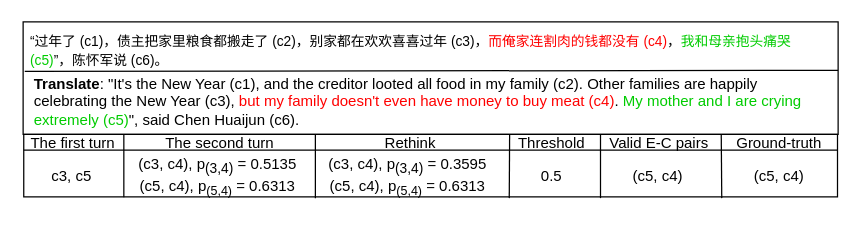
Earlier version of the draw.io diagram case3.drawio (zhoucz97/paper_figure). Source tidied: cells renumbered, new cells numbered last; positions are measured from the earlier drawing's top-left corner, leaving out a move shared by most shapes. Both pictures are drawn from the tidied source at 125%, with x=0, y=0 at pixel (22, 21).
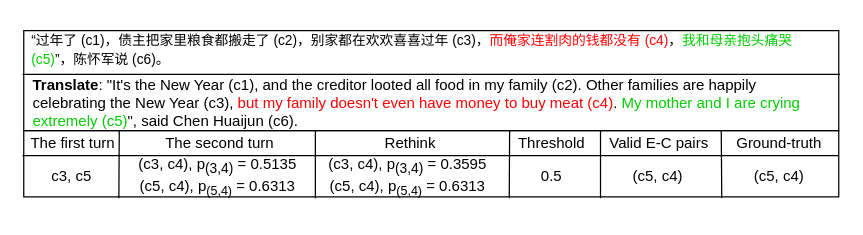
The same page after the edit.

Change to the diagram source:
```diff
@@
-    <mxCell id="2" style="endArrow=none;html=1;exitX=0;exitY=0.25;exitDx=0;exitDy=0;entryX=1;entryY=0.25;entryDx=0;entryDy=0;" parent="1" edge="1" source="20" target="20">
-      <mxGeometry relative="1" as="geometry" />
-    </mxCell>
     <mxCell id="3" style="rounded=0;whiteSpace=wrap;html=1;shadow=0;glass=0;sketch=0;strokeWidth=1;gradientColor=#FFFFFF;fillColor=none;" parent="1" vertex="1">
-      <mxGeometry width="652" height="90" as="geometry" />
+      <mxGeometry x="0.5" y="7" width="652" height="80" as="geometry" />
     </mxCell>
     <mxCell id="4" value="&lt;b&gt;Translate&lt;/b&gt;: &quot;It's the New Year (c1), and the creditor looted all food in my family (c2). Other families are happily celebrating the New Year (c3), &lt;font color=&quot;#ff0000&quot;&gt;but my family doesn't even have money to buy meat (c4)&lt;/font&gt;. &lt;font color=&quot;#00cc00&quot;&gt;My mother and I are crying extremely (c5)&lt;/font&gt;&quot;, said Chen Huaijun (c6).&lt;p style=&quot;line-height: 140%&quot;&gt;&lt;/p&gt;" style="text;html=1;fillColor=none;align=left;verticalAlign=middle;whiteSpace=wrap;rounded=0;strokeWidth=0;" parent="1" vertex="1">
-      <mxGeometry x="7.1" y="52" width="639" height="35" as="geometry" />
+      <mxGeometry x="5.8" y="47" width="639" height="47" as="geometry" />
     </mxCell>
@@
     <mxCell id="15" value="&lt;span style=&quot;font-size: 11px&quot;&gt;“过年了 (c1)，债主把家里粮食都搬走了 (c2)，别家都在欢欢喜喜过年 (c3)，&lt;font color=&quot;#ff0000&quot;&gt;而俺家连割肉的钱都没有 (c4)&lt;/font&gt;，&lt;font color=&quot;#00cc00&quot;&gt;我和母亲抱头痛哭 (c5)&lt;/font&gt;”，陈怀军说 (c6)。&lt;/span&gt;" style="text;html=1;strokeColor=none;fillColor=none;align=left;verticalAlign=middle;whiteSpace=wrap;rounded=0;" parent="1" vertex="1">
-      <mxGeometry x="4.3" y="10" width="641" height="25" as="geometry" />
+      <mxGeometry x="4.8" y="7" width="641" height="30" as="geometry" />
     </mxCell>
     <mxCell id="16" value="(c5, c4)" style="text;html=1;strokeColor=none;fillColor=none;align=center;verticalAlign=middle;whiteSpace=wrap;rounded=0;shadow=0;glass=0;sketch=0;" parent="1" vertex="1">
-      <mxGeometry x="558" y="114" width="94.2" height="20" as="geometry" />
+      <mxGeometry x="557.9" y="114" width="94.2" height="20" as="geometry" />
     </mxCell>
     <mxCell id="17" style="endArrow=none;html=1;entryX=0.123;entryY=0.016;entryDx=0;entryDy=0;entryPerimeter=0;endSize=7;startSize=7;" parent="1" edge="1">
       <mxGeometry relative="1" as="geometry">
         <mxPoint x="233.8" y="141" as="sourcePoint" />
-        <mxPoint x="233.8" y="90" as="targetPoint" />
+        <mxPoint x="233.8" y="87" as="targetPoint" />
       </mxGeometry>
     </mxCell>
     <mxCell id="18" style="endArrow=none;html=1;entryX=0.123;entryY=0.016;entryDx=0;entryDy=0;entryPerimeter=0;endSize=7;startSize=7;" parent="1" edge="1">
       <mxGeometry relative="1" as="geometry">
         <mxPoint x="388.9" y="141" as="sourcePoint" />
-        <mxPoint x="389.2" y="90" as="targetPoint" />
+        <mxPoint x="389.2" y="87" as="targetPoint" />
       </mxGeometry>
     </mxCell>
     <mxCell id="19" style="endArrow=none;html=1;entryX=0.123;entryY=0.016;entryDx=0;entryDy=0;entryPerimeter=0;endSize=7;startSize=7;" parent="1" edge="1">
       <mxGeometry relative="1" as="geometry">
         <mxPoint x="558.9" y="141" as="sourcePoint" />
-        <mxPoint x="558.5" y="90" as="targetPoint" />
+        <mxPoint x="558.5" y="87" as="targetPoint" />
       </mxGeometry>
     </mxCell>
     <mxCell id="20" style="rounded=0;whiteSpace=wrap;html=1;shadow=0;glass=0;sketch=0;strokeWidth=1;fillColor=none;gradientColor=#FFFFFF;" parent="1" vertex="1">
-      <mxGeometry x="0.5" y="90" width="651" height="50" as="geometry" />
+      <mxGeometry x="0.5" y="87" width="652" height="53" as="geometry" />
     </mxCell>
     <mxCell id="21" style="endArrow=none;html=1;startSize=7;endSize=7;" parent="1" edge="1">
       <mxGeometry relative="1" as="geometry">
         <mxPoint x="461.9" y="141" as="sourcePoint" />
-        <mxPoint x="461.9" y="90" as="targetPoint" />
+        <mxPoint x="461.9" y="87" as="targetPoint" />
       </mxGeometry>
     </mxCell>
-    <mxCell id="22" style="endArrow=none;html=1;entryX=0.123;entryY=0.005;entryDx=0;entryDy=0;entryPerimeter=0;exitX=0.123;exitY=1.005;exitDx=0;exitDy=0;exitPerimeter=0;" parent="1" edge="1" source="20" target="20">
-      <mxGeometry relative="1" as="geometry" />
-    </mxCell>
-    <mxCell id="23" style="endArrow=none;html=1;exitX=0.002;exitY=0.441;exitDx=0;exitDy=0;exitPerimeter=0;entryX=1;entryY=0.43;entryDx=0;entryDy=0;entryPerimeter=0;" parent="1" edge="1" source="3" target="3">
-      <mxGeometry relative="1" as="geometry" />
-    </mxCell>
@@
+    <mxCell id="25" style="endArrow=none;html=1;" parent="1" edge="1">
+      <mxGeometry relative="1" as="geometry">
+        <mxPoint x="-0.5" y="42" as="sourcePoint" />
+        <mxPoint x="653.5" y="42" as="targetPoint" />
+      </mxGeometry>
+    </mxCell>
+    <mxCell id="26" style="endArrow=none;html=1;entryX=0.123;entryY=0.016;entryDx=0;entryDy=0;entryPerimeter=0;endSize=7;startSize=7;" parent="1" edge="1">
+      <mxGeometry relative="1" as="geometry">
+        <mxPoint x="76.6" y="141" as="sourcePoint" />
+        <mxPoint x="76.9" y="87" as="targetPoint" />
+      </mxGeometry>
+    </mxCell>
+    <mxCell id="27" style="endArrow=none;html=1;exitX=-0.001;exitY=0.409;exitDx=0;exitDy=0;exitPerimeter=0;" parent="1" edge="1">
+      <mxGeometry relative="1" as="geometry">
+        <mxPoint x="652.5" y="107" as="sourcePoint" />
+        <mxPoint x="-0.5" y="107" as="targetPoint" />
+      </mxGeometry>
+    </mxCell>
```
